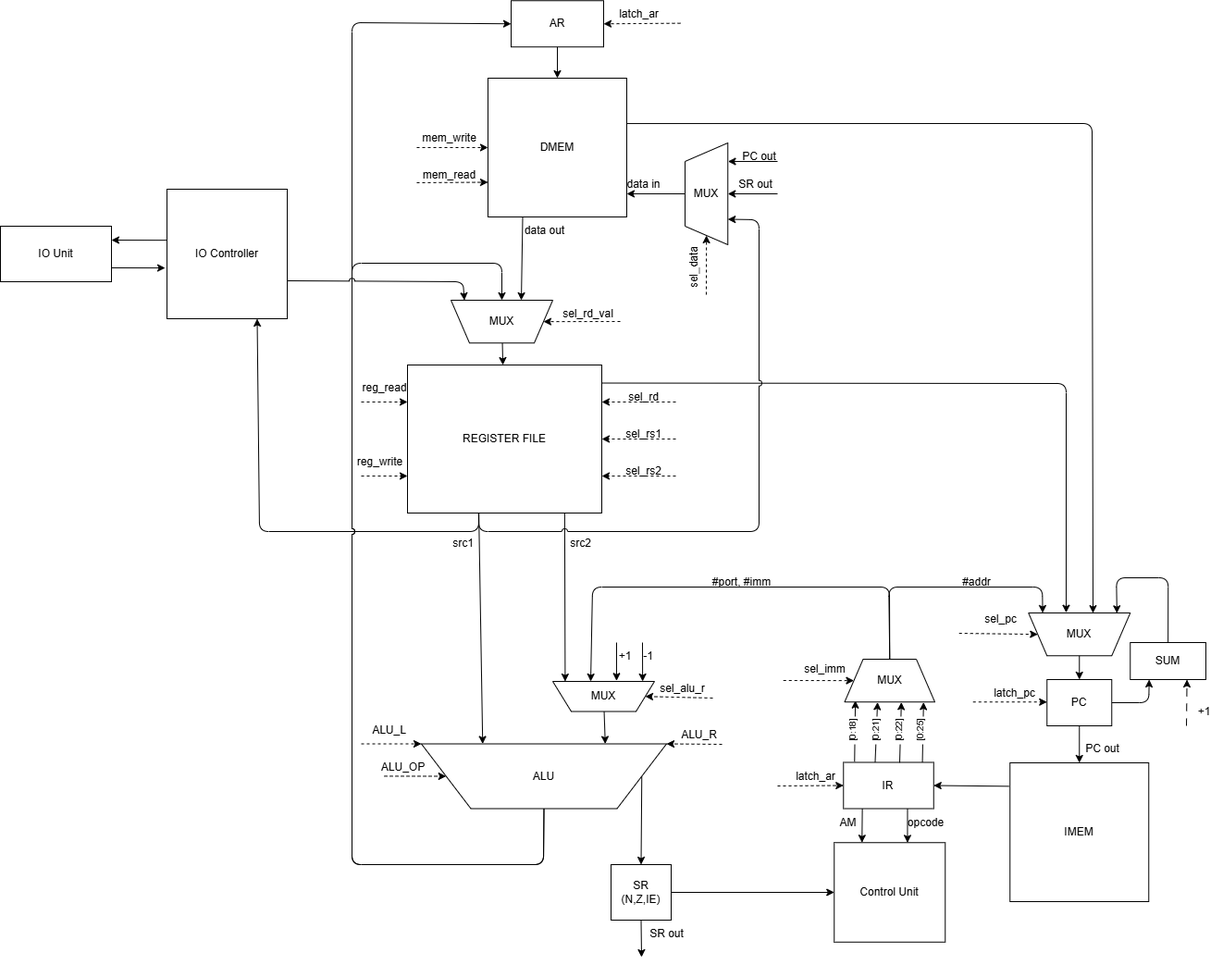
Above: schemas/risk-machine.png in kvis21/csa-4 (draw.io), before the change. Source tidied: cells renumbered, new cells last; positions are measured from the earlier drawing's top-left corner, leaving out a move shared by most shapes.
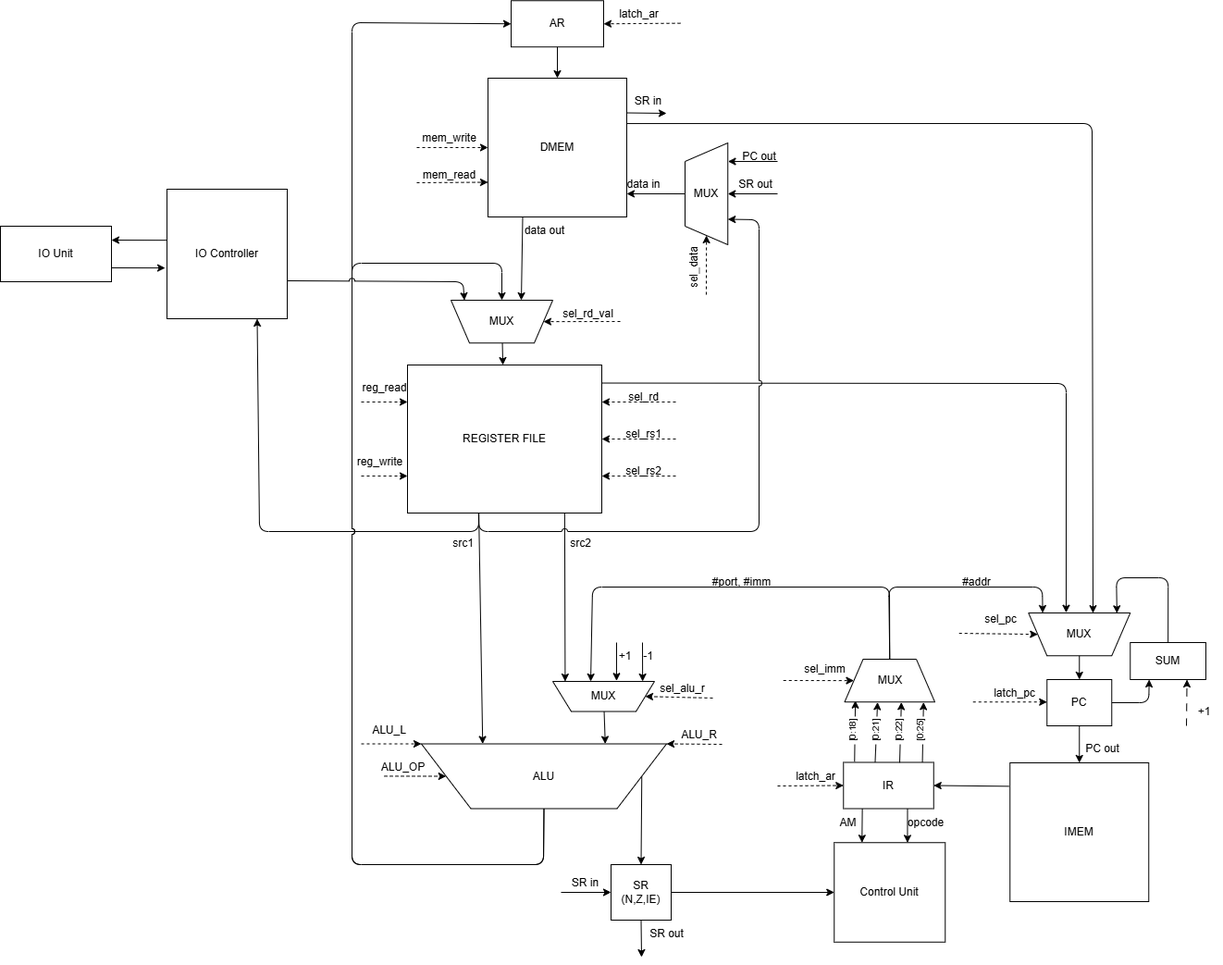
The same file after the commit.

Diff of the diagram source:
```diff
@@ -17,6 +17,11 @@
         <mxPoint x="840" y="209" as="sourcePoint" />
       </mxGeometry>
     </mxCell>
+    <mxCell id="112" style="edgeStyle=none;html=1;exitX=1;exitY=0.25;exitDx=0;exitDy=0;" parent="1" edge="1" source="5">
+      <mxGeometry relative="1" as="geometry">
+        <mxPoint x="720" y="122" as="targetPoint" />
+      </mxGeometry>
+    </mxCell>
     <mxCell id="5" value="DMEM" style="rounded=0;whiteSpace=wrap;html=1;fontSize=12;fontFamily=Helvetica;" parent="1" vertex="1">
       <mxGeometry x="527" y="84" width="150" height="150" as="geometry" />
     </mxCell>
@@ -436,5 +441,16 @@
         <mxPoint x="694" y="694" as="sourcePoint" />
       </mxGeometry>
     </mxCell>
+    <mxCell id="113" value="SR in" style="text;html=1;align=center;verticalAlign=middle;strokeColor=none;fillColor=none;spacing=-4;" parent="1" vertex="1">
+      <mxGeometry x="680" y="99" width="40" height="20" as="geometry" />
+    </mxCell>
+    <mxCell id="114" style="edgeStyle=none;html=1;entryX=0;entryY=0.5;entryDx=0;entryDy=0;" parent="1" edge="1" target="31">
+      <mxGeometry relative="1" as="geometry">
+        <mxPoint x="606" y="964" as="sourcePoint" />
+      </mxGeometry>
+    </mxCell>
+    <mxCell id="115" value="SR in" style="text;html=1;align=center;verticalAlign=middle;strokeColor=none;fillColor=none;spacing=-4;" parent="1" vertex="1">
+      <mxGeometry x="612" y="944" width="40" height="20" as="geometry" />
+    </mxCell>
   </root>
 </mxGraphModel>
```
